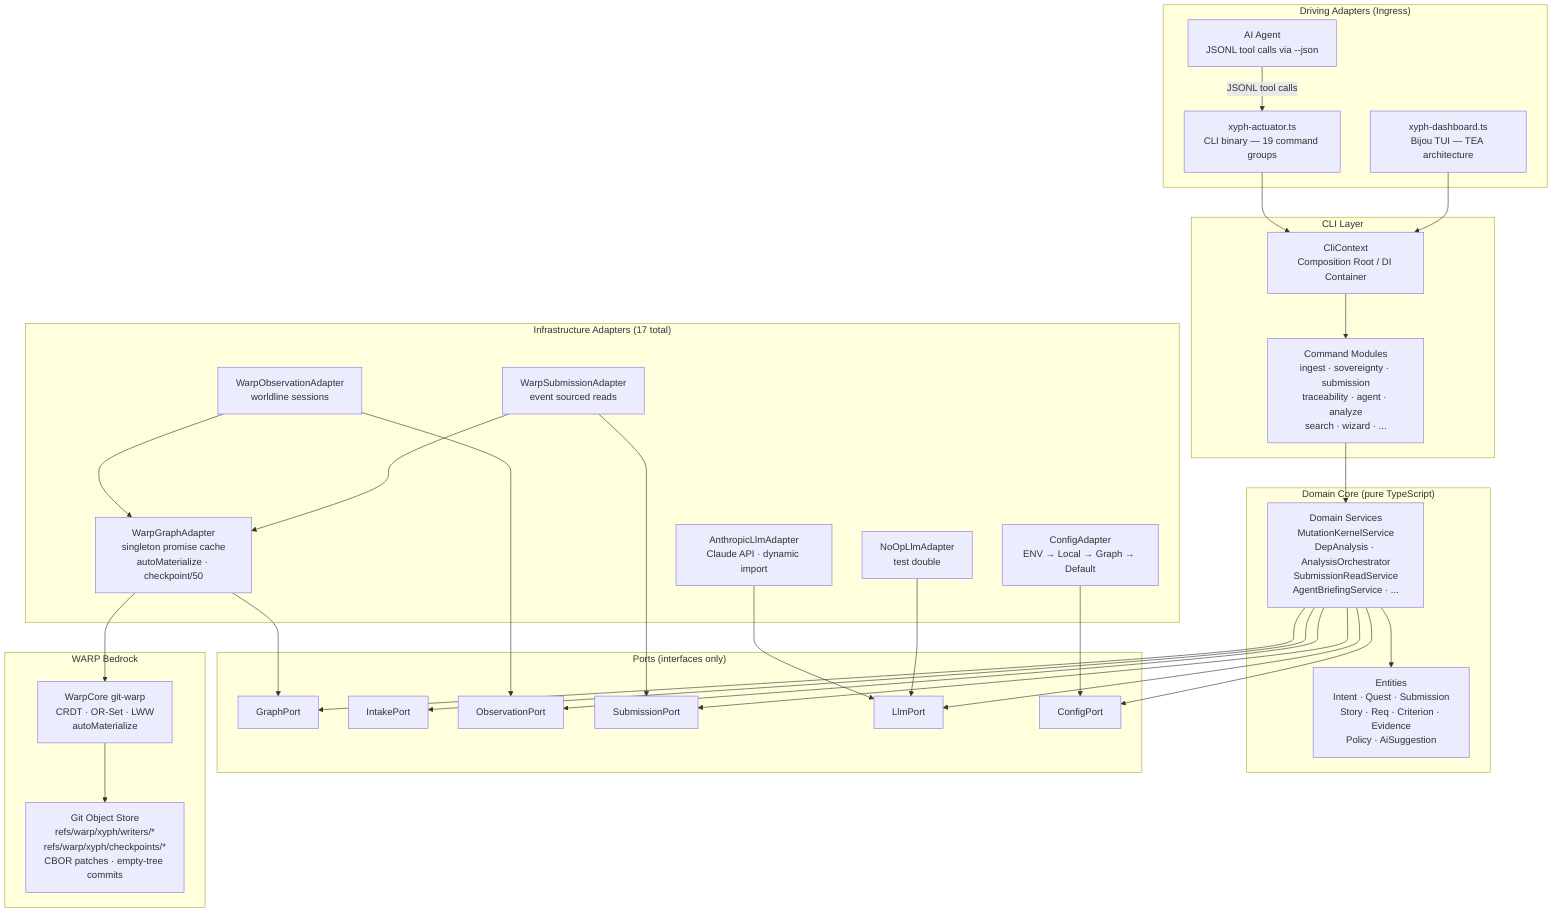
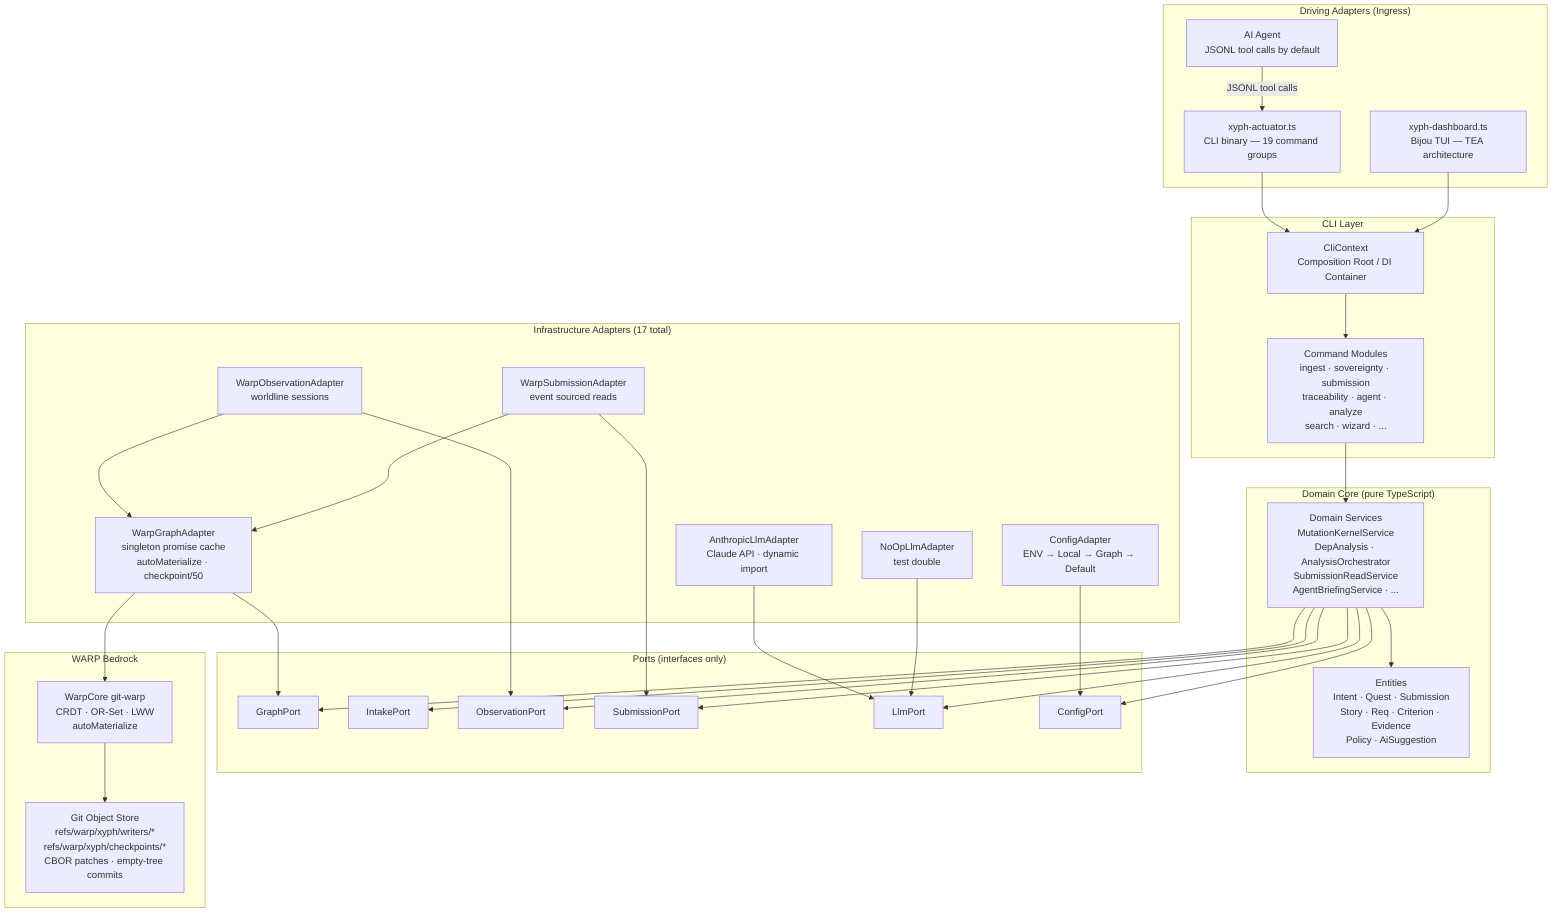
flowchart TD
    subgraph Driving["Driving Adapters (Ingress)"]
        CLI["xyph-actuator.ts\nCLI binary — 19 command groups"]
        TUI["xyph-dashboard.ts\nBijou TUI — TEA architecture"]
-         AGENT["AI Agent\nJSONL tool calls via --json"]
+         AGENT["AI Agent\nJSONL tool calls by default"]
    end

    subgraph CTXLayer["CLI Layer"]
        CTX["CliContext\nComposition Root / DI Container"]
        CMDS["Command Modules\ningest · sovereignty · submission\ntraceability · agent · analyze\nsearch · wizard · ..."]
    end

    subgraph Domain["Domain Core (pure TypeScript)"]
        ENTS["Entities\nIntent · Quest · Submission\nStory · Req · Criterion · Evidence\nPolicy · AiSuggestion"]
        SVCS["Domain Services\nMutationKernelService\nDepAnalysis · AnalysisOrchestrator\nSubmissionReadService\nAgentBriefingService · ..."]
    end

    subgraph Ports["Ports (interfaces only)"]
        GP["GraphPort"]
        IP["IntakePort"]
        OP["ObservationPort"]
        SP["SubmissionPort"]
        LP["LlmPort"]
        CP["ConfigPort"]
    end

    subgraph Infra["Infrastructure Adapters (17 total)"]
        WGA["WarpGraphAdapter\nsingleton promise cache\nautoMaterialize · checkpoint/50"]
        WOA["WarpObservationAdapter\nworldline sessions"]
        WSA["WarpSubmissionAdapter\nevent sourced reads"]
        ALA["AnthropicLlmAdapter\nClaude API · dynamic import"]
        NOOP["NoOpLlmAdapter\ntest double"]
        CA["ConfigAdapter\nENV → Local → Graph → Default"]
    end

    subgraph WARP["WARP Bedrock"]
        WG["WarpCore git-warp\nCRDT · OR-Set · LWW\nautoMaterialize"]
        GIT["Git Object Store\nrefs/warp/xyph/writers/*\nrefs/warp/xyph/checkpoints/*\nCBOR patches · empty-tree commits"]
    end

    CLI --> CTX
    TUI --> CTX
    AGENT -->|"JSONL tool calls"| CLI
    CTX --> CMDS
    CMDS --> SVCS
    SVCS --> ENTS
    SVCS --> GP & IP & OP & SP & LP & CP
    WGA --> GP
    WOA --> OP
    WSA --> SP
    ALA --> LP
    NOOP --> LP
    CA --> CP
    WGA --> WG
    WOA --> WGA
    WSA --> WGA
    WG --> GIT
